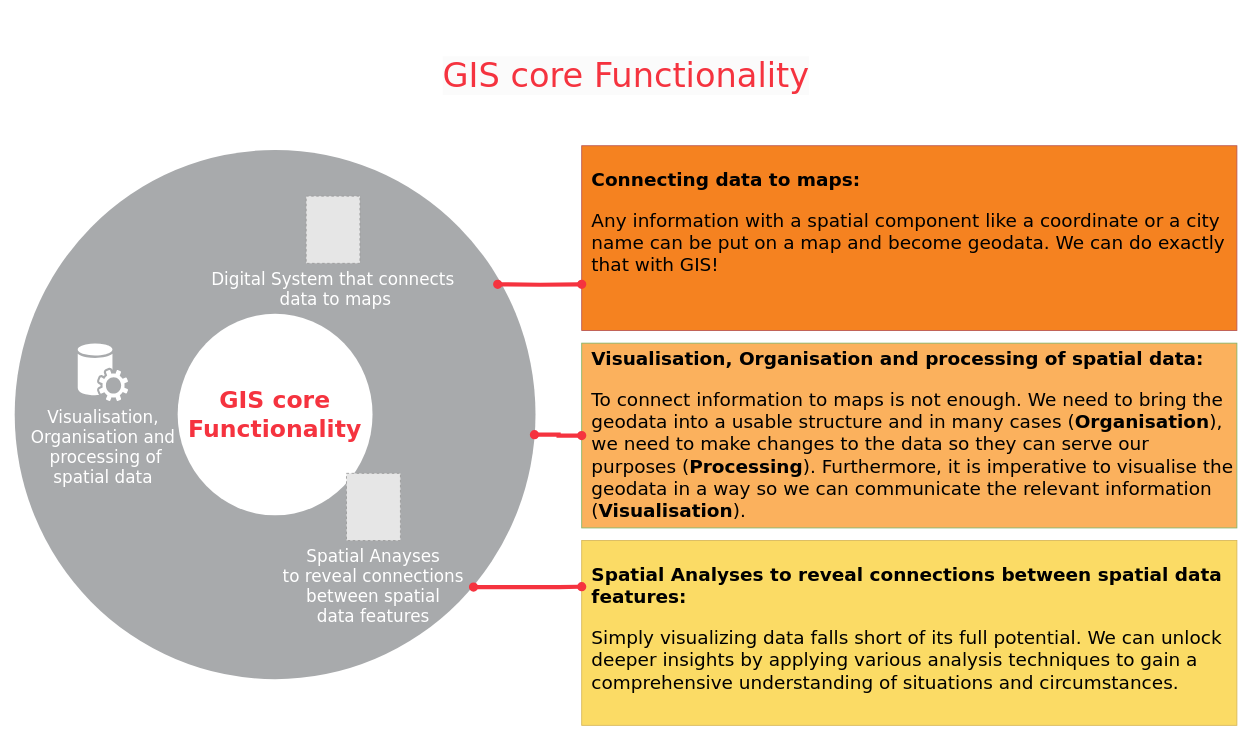
Above: fig/GIS_Core_functunality.drawio in GIScience/gis-training-resource-center (draw.io), before the change. Source tidied: cells renumbered, new cells numbered last; positions are measured from the earlier drawing's top-left corner, leaving out a move shared by most shapes. Both pictures are drawn from the tidied source at 84%, with x=0, y=0 at pixel (14, 70). Pictures stored in the file or linked from it are replaced by grey dashed boxes.
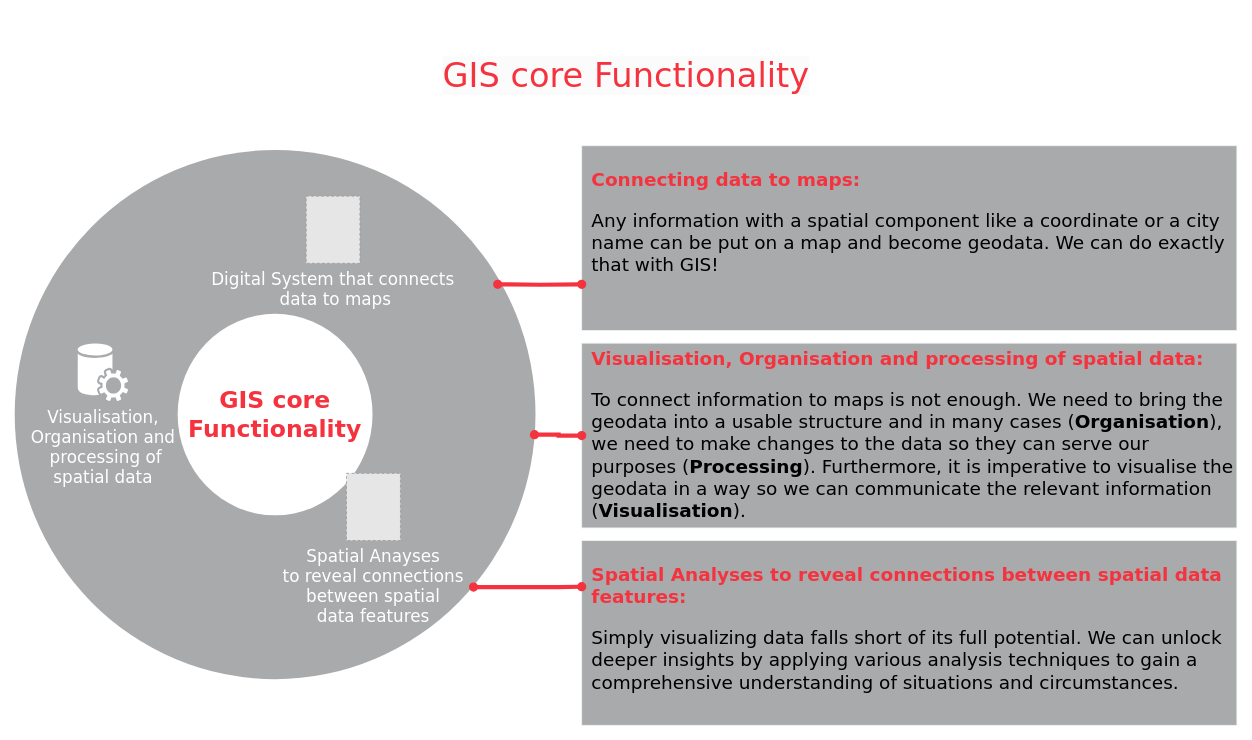
The same diagram, later.

What changed in the source:
```diff
@@
 <mxGraphModel>
   <root>
     <mxCell id="0" />
     <mxCell id="1" parent="0" />
     <mxCell id="2" value="&#10;&lt;span style=&quot;color: rgb(245, 51, 63); font-size: 40px; font-style: normal; font-variant-ligatures: normal; font-variant-caps: normal; letter-spacing: normal; orphans: 2; text-align: center; text-indent: 0px; text-transform: none; widows: 2; word-spacing: 0px; -webkit-text-stroke-width: 0px; background-color: rgb(251, 251, 251); text-decoration-thickness: initial; text-decoration-style: initial; text-decoration-color: initial; float: none; display: inline !important;&quot;&gt;GIS core Functionality&lt;/span&gt;&#10;&#10;" style="rounded=0;whiteSpace=wrap;html=1;strokeColor=none;fillColor=none;fontFamily=Verdana;fontStyle=0;fontSize=40;" parent="1" vertex="1">
       <mxGeometry x="339.5" width="776" height="60" as="geometry" />
     </mxCell>
     <mxCell id="3" style="ellipse;whiteSpace=wrap;html=1;rounded=0;shadow=0;comic=0;strokeWidth=1;fontFamily=Verdana;fontSize=14;strokeColor=none;fillColor=#a8aaac;fontStyle=0;" parent="1" vertex="1">
       <mxGeometry y="95" width="620" height="630" as="geometry" />
     </mxCell>
     <mxCell id="4" value="&lt;font style=&quot;font-size: 28px;&quot;&gt;GIS core Functionality&lt;/font&gt;" style="ellipse;whiteSpace=wrap;html=1;rounded=0;shadow=0;comic=0;strokeWidth=1;fontFamily=Verdana;fontSize=28;strokeColor=none;fillColor=#FFFFFF;fontColor=#f5333f;fontStyle=1;labelBorderColor=none;" parent="1" vertex="1">
       <mxGeometry x="194" y="290" width="232" height="240" as="geometry" />
     </mxCell>
     <mxCell id="5" value="Visualisation, &lt;br style=&quot;font-size: 20px;&quot;&gt;Organisation and&lt;br style=&quot;font-size: 20px;&quot;&gt;&amp;nbsp;processing of &lt;br style=&quot;font-size: 20px;&quot;&gt;spatial data" style="shadow=0;dashed=0;html=1;strokeColor=none;fillColor=#ffffff;labelPosition=center;verticalLabelPosition=bottom;verticalAlign=top;shape=mxgraph.office.services.central_management_service;rounded=0;comic=0;fontFamily=Verdana;fontSize=20;fontColor=#FFFFFF;fontStyle=0;" parent="1" vertex="1">
       <mxGeometry x="75" y="325" width="60" height="69" as="geometry" />
     </mxCell>
     <mxCell id="6" value="Digital System that connects&#10; data to maps" style="fillColor=#E6E6E6;strokeColor=#999999;dashed=1;verticalLabelPosition=bottom;labelBackgroundColor=none;verticalAlign=top;fontColor=#FFFFFF;fontFamily=Verdana;fontSize=20;fontStyle=0;" parent="1" vertex="1">
       <mxGeometry x="347" y="150" width="64" height="80" as="geometry" />
     </mxCell>
     <mxCell id="7" value="Spatial Anayses&#10;to reveal connections&#10;between spatial&#10;data features" style="fillColor=#E6E6E6;strokeColor=#999999;dashed=1;verticalLabelPosition=bottom;labelBackgroundColor=none;verticalAlign=top;fontColor=#FFFFFF;fontFamily=Verdana;fontSize=20;fontStyle=0;" parent="1" vertex="1">
       <mxGeometry x="395" y="480" width="64.2" height="80" as="geometry" />
     </mxCell>
-    <mxCell id="8" value="&lt;p style=&quot;font-size: 22px;&quot; class=&quot;MsoNormal&quot;&gt;&lt;font style=&quot;font-size: 22px;&quot;&gt;&lt;b style=&quot;font-size: 22px;&quot;&gt;Connecting data to maps:&lt;/b&gt;&lt;/font&gt;&lt;/p&gt;&lt;p style=&quot;font-size: 22px;&quot; class=&quot;MsoNormal&quot;&gt;&lt;font style=&quot;font-size: 22px;&quot;&gt;&lt;font style=&quot;font-size: 22px;&quot;&gt;Any information with a spatial component like a coordinate or a city name can be put on a map and become geodata. We can do exactly that with GIS!&lt;/font&gt;&lt;/font&gt;&lt;/p&gt;" style="rounded=0;whiteSpace=wrap;html=1;align=left;verticalAlign=top;spacingTop=0;spacingLeft=10;spacingBottom=10;fillColor=#f58220;strokeColor=#b85450;fontSize=22;fontFamily=Verdana;" parent="1" vertex="1">
+    <mxCell id="8" value="&lt;p style=&quot;font-size: 22px;&quot; class=&quot;MsoNormal&quot;&gt;&lt;font color=&quot;#f5333f&quot; style=&quot;font-size: 22px;&quot;&gt;&lt;b style=&quot;font-size: 22px;&quot;&gt;Connecting data to maps:&lt;/b&gt;&lt;/font&gt;&lt;/p&gt;&lt;p style=&quot;font-size: 22px;&quot; class=&quot;MsoNormal&quot;&gt;&lt;font style=&quot;font-size: 22px;&quot;&gt;&lt;font style=&quot;font-size: 22px;&quot;&gt;Any information with a spatial component like a coordinate or a city name can be put on a map and become geodata. We can do exactly that with GIS!&lt;/font&gt;&lt;/font&gt;&lt;/p&gt;" style="rounded=0;whiteSpace=wrap;html=1;align=left;verticalAlign=top;spacingTop=0;spacingLeft=10;spacingBottom=10;fillColor=#A8AAAC;strokeColor=#EFF2F3;fontSize=22;fontFamily=Verdana;" parent="1" vertex="1">
       <mxGeometry x="675" y="90" width="780" height="220" as="geometry" />
     </mxCell>
-    <mxCell id="9" value="&lt;b style=&quot;font-size: 22px;&quot;&gt;Visualisation, Organisation and processing of spatial data:&lt;/b&gt;&lt;p class=&quot;MsoNormal&quot; style=&quot;font-size: 22px;&quot;&gt;&lt;/p&gt;&lt;p class=&quot;MsoNormal&quot; style=&quot;font-size: 22px;&quot;&gt;To connect information to maps is not enough. We need to bring the geodata into a usable structure and in many cases (&lt;b style=&quot;font-size: 22px;&quot;&gt;Organisation&lt;/b&gt;), we need to make changes to the data so they can serve our purposes (&lt;b style=&quot;font-size: 22px;&quot;&gt;Processing&lt;/b&gt;). Furthermore, it is imperative to visualise the geodata in a way so we can communicate the relevant information (&lt;b style=&quot;font-size: 22px;&quot;&gt;Visualisation&lt;/b&gt;).&amp;nbsp;&lt;/p&gt;" style="rounded=0;whiteSpace=wrap;html=1;align=left;verticalAlign=top;fontFamily=Verdana;spacingLeft=10;spacingBottom=10;fontSize=22;fillColor=#fbb15d;strokeColor=#82b366;" parent="1" vertex="1">
+    <mxCell id="9" value="&lt;b style=&quot;font-size: 22px;&quot;&gt;&lt;font color=&quot;#f5333f&quot;&gt;Visualisation, Organisation and processing of spatial data:&lt;/font&gt;&lt;/b&gt;&lt;p class=&quot;MsoNormal&quot; style=&quot;font-size: 22px;&quot;&gt;&lt;/p&gt;&lt;p class=&quot;MsoNormal&quot; style=&quot;font-size: 22px;&quot;&gt;To connect information to maps is not enough. We need to bring the geodata into a usable structure and in many cases (&lt;b style=&quot;font-size: 22px;&quot;&gt;Organisation&lt;/b&gt;), we need to make changes to the data so they can serve our purposes (&lt;b style=&quot;font-size: 22px;&quot;&gt;Processing&lt;/b&gt;). Furthermore, it is imperative to visualise the geodata in a way so we can communicate the relevant information (&lt;b style=&quot;font-size: 22px;&quot;&gt;Visualisation&lt;/b&gt;).&amp;nbsp;&lt;/p&gt;" style="rounded=0;whiteSpace=wrap;html=1;align=left;verticalAlign=top;fontFamily=Verdana;spacingLeft=10;spacingBottom=10;fontSize=22;fillColor=#A8AAAC;strokeColor=#EFF2F3;" parent="1" vertex="1">
       <mxGeometry x="675" y="325" width="780" height="220" as="geometry" />
     </mxCell>
-    <mxCell id="10" value="&lt;p class=&quot;MsoNormal&quot; style=&quot;font-size: 22px;&quot;&gt;&lt;b style=&quot;font-size: 22px;&quot;&gt;Spatial Analyses to reveal connections between spatial data features:&lt;/b&gt;&lt;/p&gt;&lt;p class=&quot;MsoNormal&quot; style=&quot;font-size: 22px;&quot;&gt;Simply visualizing data falls short of its full potential. We can unlock deeper insights by applying various analysis techniques to gain a comprehensive understanding of situations and circumstances.&lt;/p&gt;" style="rounded=0;whiteSpace=wrap;html=1;fontSize=22;spacingLeft=10;align=left;verticalAlign=top;fontFamily=Verdana;fillColor=#fbdb65;strokeColor=#d6b656;" parent="1" vertex="1">
+    <mxCell id="10" value="&lt;p class=&quot;MsoNormal&quot; style=&quot;font-size: 22px;&quot;&gt;&lt;b style=&quot;font-size: 22px;&quot;&gt;&lt;font color=&quot;#f5333f&quot;&gt;Spatial Analyses to reveal connections between spatial data features:&lt;/font&gt;&lt;/b&gt;&lt;/p&gt;&lt;p class=&quot;MsoNormal&quot; style=&quot;font-size: 22px;&quot;&gt;Simply visualizing data falls short of its full potential. We can unlock deeper insights by applying various analysis techniques to gain a comprehensive understanding of situations and circumstances.&lt;/p&gt;" style="rounded=0;whiteSpace=wrap;html=1;fontSize=22;spacingLeft=10;align=left;verticalAlign=top;fontFamily=Verdana;fillColor=#A8AAAC;strokeColor=#EFF2F3;" parent="1" vertex="1">
       <mxGeometry x="675" y="560" width="780" height="220" as="geometry" />
     </mxCell>
     <mxCell id="11" style="edgeStyle=orthogonalEdgeStyle;rounded=0;jettySize=auto;html=1;entryX=0;entryY=0.25;entryDx=0;entryDy=0;endArrow=oval;endFill=1;startArrow=oval;startFill=1;strokeWidth=5;strokeColor=#F5333F;fillColor=#f5f5f5;exitX=0.881;exitY=0.826;exitDx=0;exitDy=0;exitPerimeter=0;" parent="1" edge="1" source="3" target="10">
       <mxGeometry relative="1" as="geometry" />
     </mxCell>
     <mxCell id="12" style="edgeStyle=orthogonalEdgeStyle;rounded=0;orthogonalLoop=1;jettySize=auto;html=1;exitX=0.5;exitY=1;exitDx=0;exitDy=0;" parent="1" edge="1" source="7" target="7">
       <mxGeometry relative="1" as="geometry" />
     </mxCell>
     <mxCell id="13" style="edgeStyle=orthogonalEdgeStyle;rounded=0;jettySize=auto;html=1;entryX=0;entryY=0.75;entryDx=0;entryDy=0;endArrow=oval;endFill=1;startArrow=oval;startFill=1;strokeWidth=5;strokeColor=#F5333F;fillColor=#f5f5f5;" parent="1" edge="1" target="8">
       <mxGeometry relative="1" as="geometry">
         <mxPoint x="575" y="255" as="sourcePoint" />
       </mxGeometry>
     </mxCell>
     <mxCell id="14" style="edgeStyle=orthogonalEdgeStyle;rounded=0;jettySize=auto;html=1;entryX=0;entryY=0.5;entryDx=0;entryDy=0;endArrow=oval;endFill=1;startArrow=oval;startFill=1;strokeWidth=5;strokeColor=#F5333F;fillColor=#f5f5f5;exitX=0.998;exitY=0.538;exitDx=0;exitDy=0;exitPerimeter=0;" parent="1" edge="1" source="3" target="9">
       <mxGeometry relative="1" as="geometry" />
     </mxCell>
   </root>
 </mxGraphModel>
```
